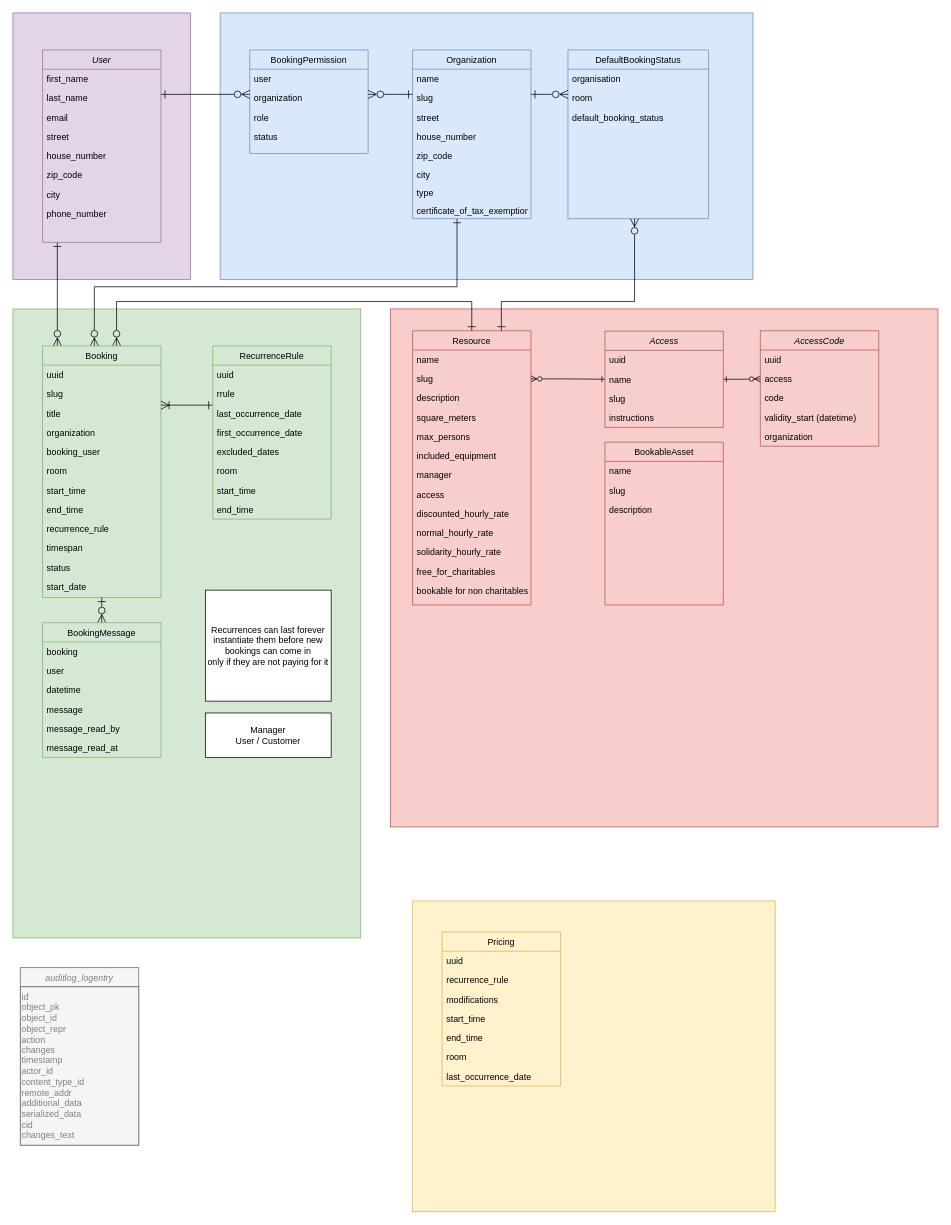
Earlier version of the draw.io diagram docs/modelling/erd-v1.1.6-pricing.drawio (Haus-des-Engagements/re-sharing). Source tidied: cells renumbered, new cells numbered last; positions are measured from the earlier drawing's top-left corner, leaving out a move shared by most shapes. Both pictures are drawn from the tidied source at 74%, with x=0, y=0 at pixel (13, 13).
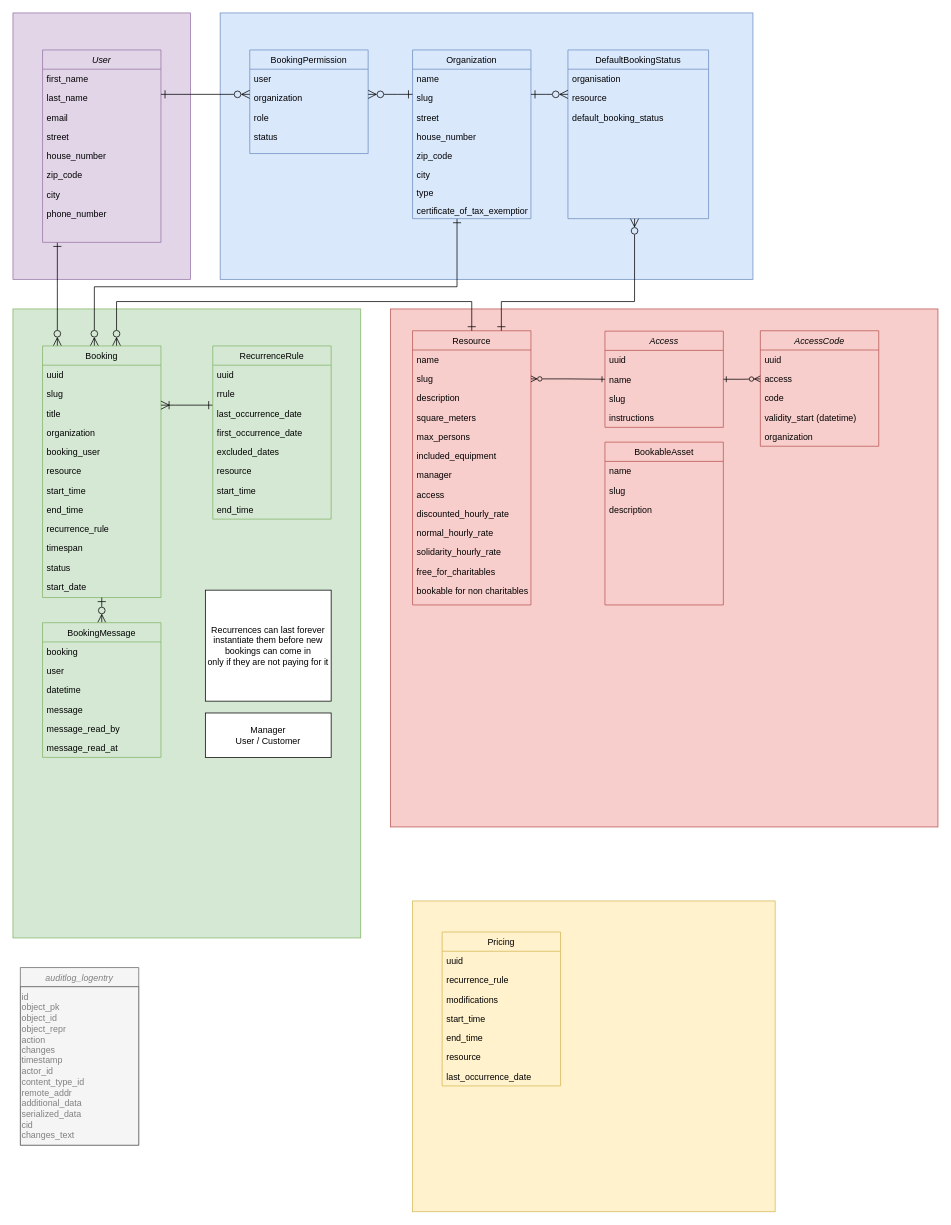
The same diagram, later.

Unchanged cells that the change refers to:
```xml
<mxCell id="43" value="Booking" style="swimlane;fontStyle=0;align=center;verticalAlign=top;horizontal=1;startSize=26;rounded=0;shadow=0;strokeWidth=1;fillColor=#d5e8d4;strokeColor=#82b366;" parent="1" vertex="1">
  <mxGeometry x="40" y="450" width="160" height="340" as="geometry" />
</mxCell>
<mxCell id="65" value="DefaultBookingStatus" style="swimlane;fontStyle=0;align=center;verticalAlign=top;horizontal=1;startSize=26;rounded=0;shadow=0;strokeWidth=1;fillColor=#dae8fc;strokeColor=#6c8ebf;" parent="1" vertex="1">
  <mxGeometry x="750" y="50" width="190" height="228" as="geometry" />
</mxCell>
<mxCell id="80" value="Pricing" style="swimlane;fontStyle=0;align=center;verticalAlign=top;horizontal=1;startSize=26;rounded=0;shadow=0;strokeWidth=1;fillColor=#fff2cc;strokeColor=#d6b656;" parent="1" vertex="1">
  <mxGeometry x="580" y="1242" width="160" height="208" as="geometry" />
</mxCell>
<mxCell id="101" value="RecurrenceRule" style="swimlane;fontStyle=0;align=center;verticalAlign=top;horizontal=1;startSize=26;rounded=0;shadow=0;strokeWidth=1;fillColor=#d5e8d4;strokeColor=#82b366;" parent="1" vertex="1">
  <mxGeometry x="270" y="450" width="160" height="234" as="geometry" />
</mxCell>
```

Change to the diagram source:
```diff
@@
-    <mxCell id="49" value="room" style="text;align=left;verticalAlign=top;spacingLeft=4;spacingRight=4;overflow=hidden;" parent="43" vertex="1">
+    <mxCell id="49" value="resource" style="text;align=left;verticalAlign=top;spacingLeft=4;spacingRight=4;overflow=hidden;" parent="43" vertex="1">
       <mxGeometry y="156" width="160" height="26" as="geometry" />
     </mxCell>
@@
-    <mxCell id="67" value="room" style="text;align=left;verticalAlign=top;spacingLeft=4;spacingRight=4;overflow=hidden;rounded=0;shadow=0;html=0;" parent="65" vertex="1">
+    <mxCell id="67" value="resource" style="text;align=left;verticalAlign=top;spacingLeft=4;spacingRight=4;overflow=hidden;rounded=0;shadow=0;html=0;" parent="65" vertex="1">
       <mxGeometry y="52" width="190" height="26" as="geometry" />
     </mxCell>
@@
-    <mxCell id="86" value="room" style="text;align=left;verticalAlign=top;spacingLeft=4;spacingRight=4;overflow=hidden;rounded=0;shadow=0;html=0;" parent="80" vertex="1">
+    <mxCell id="86" value="resource" style="text;align=left;verticalAlign=top;spacingLeft=4;spacingRight=4;overflow=hidden;rounded=0;shadow=0;html=0;" parent="80" vertex="1">
       <mxGeometry y="156" width="160" height="26" as="geometry" />
     </mxCell>
@@
-    <mxCell id="107" value="room" style="text;align=left;verticalAlign=top;spacingLeft=4;spacingRight=4;overflow=hidden;rounded=0;shadow=0;html=0;" parent="101" vertex="1">
+    <mxCell id="107" value="resource" style="text;align=left;verticalAlign=top;spacingLeft=4;spacingRight=4;overflow=hidden;rounded=0;shadow=0;html=0;" parent="101" vertex="1">
       <mxGeometry y="156" width="160" height="26" as="geometry" />
     </mxCell>
```
